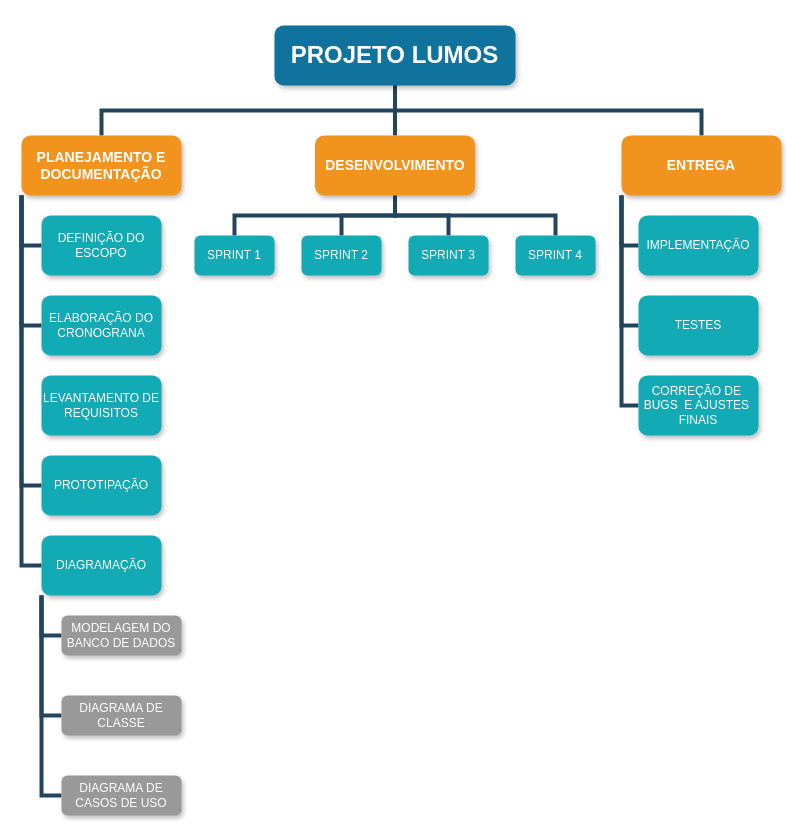
Before: page "EAP" (1 of 6) of _documentação/diagramas.drawio in DHDC-21/Project-Lumos, a draw.io diagram. Source tidied: cells renumbered, new cells numbered last; positions are measured from the earlier drawing's top-left corner, leaving out a move shared by most shapes. Both pictures are drawn from the tidied source at 100%, with x=0, y=0 at pixel (21, 25).
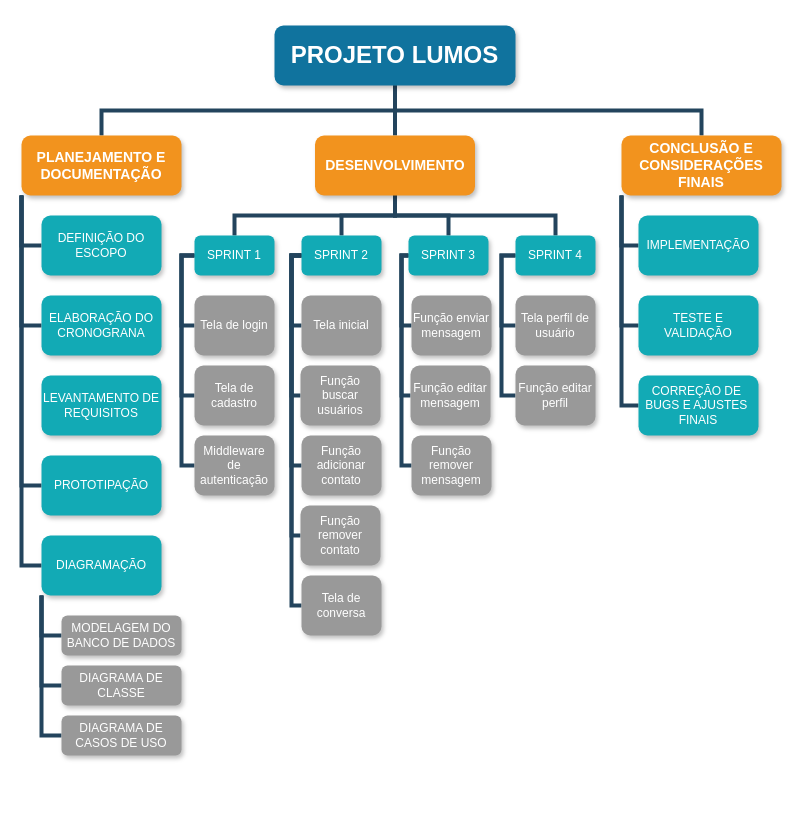
The same page after the edit.

The change refers to these unchanged cells:
```xml
<mxCell id="28" value="SPRINT 1" style="rounded=1;whiteSpace=wrap;html=1;fillColor=#12AAB5;strokeColor=none;fontColor=#FFFFFF;shadow=1;" parent="1" vertex="1">
  <mxGeometry x="173" y="210" width="80" height="40" as="geometry" />
</mxCell>
<mxCell id="29" value="SPRINT 2" style="rounded=1;whiteSpace=wrap;html=1;fillColor=#12AAB5;strokeColor=none;fontColor=#FFFFFF;shadow=1;" parent="1" vertex="1">
  <mxGeometry x="280" y="210" width="80" height="40" as="geometry" />
</mxCell>
<mxCell id="30" value="SPRINT 3" style="rounded=1;whiteSpace=wrap;html=1;fillColor=#12AAB5;strokeColor=none;fontColor=#FFFFFF;shadow=1;" parent="1" vertex="1">
  <mxGeometry x="387" y="210" width="80" height="40" as="geometry" />
</mxCell>
<mxCell id="31" value="SPRINT 4" style="rounded=1;whiteSpace=wrap;html=1;fillColor=#12AAB5;strokeColor=none;fontColor=#FFFFFF;shadow=1;" parent="1" vertex="1">
  <mxGeometry x="494" y="210" width="80" height="40" as="geometry" />
</mxCell>
```

Diff of the diagram source:
```diff
@@
-    <mxCell id="19" value="ENTREGA" style="whiteSpace=wrap;html=1;fontSize=14;fillColor=#F2931E;strokeColor=none;fontColor=#FFFFFF;rounded=1;shadow=1;fontStyle=1;" parent="1" vertex="1">
+    <mxCell id="19" value="CONCLUSÃO E CONSIDERAÇÕES FINAIS" style="whiteSpace=wrap;html=1;fontSize=14;fillColor=#F2931E;strokeColor=none;fontColor=#FFFFFF;rounded=1;shadow=1;fontStyle=1;" parent="1" vertex="1">
       <mxGeometry x="600" y="110" width="160" height="60" as="geometry" />
     </mxCell>
@@
+    <mxCell id="38" style="edgeStyle=elbowEdgeStyle;html=1;exitX=0;exitY=0.5;exitDx=0;exitDy=0;entryX=0;entryY=0.5;entryDx=0;entryDy=0;elbow=vertical;endArrow=none;rounded=0;strokeColor=#23445D;fontColor=#000000;endFill=0;strokeWidth=4;" parent="1" edge="1" source="28" target="51">
+      <mxGeometry relative="1" as="geometry">
+        <Array as="points">
+          <mxPoint x="160" y="260" />
+        </Array>
+      </mxGeometry>
+    </mxCell>
+    <mxCell id="39" style="edgeStyle=elbowEdgeStyle;elbow=vertical;html=1;exitX=0;exitY=0.5;exitDx=0;exitDy=0;entryX=0;entryY=0.5;entryDx=0;entryDy=0;endArrow=none;rounded=0;strokeColor=#23445D;fontColor=#000000;endFill=0;strokeWidth=4;" parent="1" edge="1" source="28" target="55">
+      <mxGeometry relative="1" as="geometry">
+        <Array as="points">
+          <mxPoint x="160" y="260" />
+        </Array>
+      </mxGeometry>
+    </mxCell>
+    <mxCell id="40" style="edgeStyle=elbowEdgeStyle;elbow=vertical;html=1;exitX=0;exitY=0.5;exitDx=0;exitDy=0;entryX=0;entryY=0.5;entryDx=0;entryDy=0;endArrow=none;rounded=0;strokeColor=#23445D;fontColor=#000000;endFill=0;strokeWidth=4;" parent="1" edge="1" source="28" target="56">
+      <mxGeometry relative="1" as="geometry">
+        <Array as="points">
+          <mxPoint x="160" y="250" />
+          <mxPoint x="170" y="250" />
+          <mxPoint x="160" y="260" />
+        </Array>
+      </mxGeometry>
+    </mxCell>
@@
+    <mxCell id="41" style="edgeStyle=elbowEdgeStyle;elbow=vertical;html=1;exitX=0;exitY=0.5;exitDx=0;exitDy=0;entryX=0;entryY=0.5;entryDx=0;entryDy=0;endArrow=none;rounded=0;strokeColor=#23445D;fontColor=#000000;endFill=0;strokeWidth=4;" parent="1" edge="1" source="29" target="52">
+      <mxGeometry relative="1" as="geometry">
+        <Array as="points">
+          <mxPoint x="270" y="250" />
+          <mxPoint x="260" y="250" />
+          <mxPoint x="270" y="250" />
+        </Array>
+      </mxGeometry>
+    </mxCell>
+    <mxCell id="42" style="edgeStyle=elbowEdgeStyle;elbow=vertical;html=1;exitX=0;exitY=0.5;exitDx=0;exitDy=0;entryX=0;entryY=0.5;entryDx=0;entryDy=0;endArrow=none;rounded=0;strokeColor=#23445D;fontColor=#000000;endFill=0;strokeWidth=4;" parent="1" edge="1" source="29" target="57">
+      <mxGeometry relative="1" as="geometry">
+        <Array as="points">
+          <mxPoint x="270" y="260" />
+        </Array>
+      </mxGeometry>
+    </mxCell>
+    <mxCell id="43" style="edgeStyle=elbowEdgeStyle;elbow=vertical;html=1;exitX=0;exitY=0.5;exitDx=0;exitDy=0;entryX=0;entryY=0.5;entryDx=0;entryDy=0;endArrow=none;rounded=0;strokeColor=#23445D;fontColor=#000000;endFill=0;strokeWidth=4;" parent="1" edge="1" source="29" target="58">
+      <mxGeometry relative="1" as="geometry">
+        <Array as="points">
+          <mxPoint x="270" y="270" />
+        </Array>
+      </mxGeometry>
+    </mxCell>
+    <mxCell id="44" style="edgeStyle=elbowEdgeStyle;elbow=vertical;html=1;exitX=0;exitY=0.5;exitDx=0;exitDy=0;entryX=0;entryY=0.5;entryDx=0;entryDy=0;endArrow=none;rounded=0;strokeColor=#23445D;fontColor=#000000;endFill=0;strokeWidth=4;" parent="1" edge="1" source="29" target="59">
+      <mxGeometry relative="1" as="geometry">
+        <Array as="points">
+          <mxPoint x="270" y="260" />
+        </Array>
+      </mxGeometry>
+    </mxCell>
+    <mxCell id="45" style="edgeStyle=elbowEdgeStyle;elbow=vertical;html=1;exitX=0;exitY=0.5;exitDx=0;exitDy=0;entryX=0;entryY=0.5;entryDx=0;entryDy=0;endArrow=none;rounded=0;strokeColor=#23445D;fontColor=#000000;endFill=0;strokeWidth=4;" parent="1" edge="1" source="29" target="60">
+      <mxGeometry relative="1" as="geometry">
+        <Array as="points">
+          <mxPoint x="270" y="260" />
+        </Array>
+      </mxGeometry>
+    </mxCell>
@@
+    <mxCell id="46" style="edgeStyle=elbowEdgeStyle;elbow=vertical;html=1;exitX=0;exitY=0.5;exitDx=0;exitDy=0;entryX=0;entryY=0.5;entryDx=0;entryDy=0;endArrow=none;rounded=0;strokeColor=#23445D;fontColor=#000000;endFill=0;strokeWidth=4;" parent="1" edge="1" source="30" target="53">
+      <mxGeometry relative="1" as="geometry">
+        <Array as="points">
+          <mxPoint x="380" y="290" />
+          <mxPoint x="370" y="260" />
+        </Array>
+      </mxGeometry>
+    </mxCell>
+    <mxCell id="47" style="edgeStyle=elbowEdgeStyle;elbow=vertical;html=1;exitX=0;exitY=0.5;exitDx=0;exitDy=0;entryX=0;entryY=0.5;entryDx=0;entryDy=0;endArrow=none;rounded=0;strokeColor=#23445D;fontColor=#000000;endFill=0;strokeWidth=4;" parent="1" edge="1" source="30" target="61">
+      <mxGeometry relative="1" as="geometry">
+        <Array as="points">
+          <mxPoint x="380" y="350" />
+          <mxPoint x="370" y="280" />
+        </Array>
+      </mxGeometry>
+    </mxCell>
+    <mxCell id="48" style="edgeStyle=elbowEdgeStyle;elbow=vertical;html=1;exitX=0;exitY=0.5;exitDx=0;exitDy=0;entryX=0;entryY=0.5;entryDx=0;entryDy=0;endArrow=none;rounded=0;strokeColor=#23445D;fontColor=#000000;endFill=0;strokeWidth=4;" parent="1" edge="1" source="30" target="62">
+      <mxGeometry relative="1" as="geometry">
+        <Array as="points">
+          <mxPoint x="380" y="410" />
+          <mxPoint x="370" y="270" />
+        </Array>
+      </mxGeometry>
+    </mxCell>
@@
+    <mxCell id="49" style="edgeStyle=elbowEdgeStyle;elbow=vertical;html=1;exitX=0;exitY=0.5;exitDx=0;exitDy=0;entryX=0;entryY=0.5;entryDx=0;entryDy=0;endArrow=none;rounded=0;strokeColor=#23445D;fontColor=#000000;endFill=0;strokeWidth=4;" parent="1" edge="1" source="31" target="54">
+      <mxGeometry relative="1" as="geometry">
+        <Array as="points">
+          <mxPoint x="480" y="250" />
+        </Array>
+      </mxGeometry>
+    </mxCell>
+    <mxCell id="50" style="edgeStyle=elbowEdgeStyle;elbow=vertical;html=1;exitX=0;exitY=0.5;exitDx=0;exitDy=0;entryX=0;entryY=0.5;entryDx=0;entryDy=0;endArrow=none;rounded=0;strokeColor=#23445D;fontColor=#000000;endFill=0;strokeWidth=4;" parent="1" edge="1" source="31" target="63">
+      <mxGeometry relative="1" as="geometry">
+        <Array as="points">
+          <mxPoint x="480" y="260" />
+        </Array>
+      </mxGeometry>
+    </mxCell>
@@
-    <mxCell id="33" value="TESTES" style="rounded=1;whiteSpace=wrap;html=1;fillColor=#12AAB5;strokeColor=none;fontColor=#FFFFFF;shadow=1;" parent="1" vertex="1">
+    <mxCell id="33" value="TESTE E VALIDAÇÃO" style="rounded=1;whiteSpace=wrap;html=1;fillColor=#12AAB5;strokeColor=none;fontColor=#FFFFFF;shadow=1;" parent="1" vertex="1">
       <mxGeometry x="617" y="270" width="120" height="60" as="geometry" />
     </mxCell>
-    <mxCell id="34" value="CORREÇÃO DE&amp;nbsp; BUGS&amp;nbsp; E AJUSTES&amp;nbsp; FINAIS" style="rounded=1;whiteSpace=wrap;html=1;fillColor=#12AAB5;strokeColor=none;fontColor=#FFFFFF;shadow=1;" parent="1" vertex="1">
+    <mxCell id="34" value="CORREÇÃO DE&amp;nbsp; BUGS E AJUSTES&amp;nbsp; FINAIS" style="rounded=1;whiteSpace=wrap;html=1;fillColor=#12AAB5;strokeColor=none;fontColor=#FFFFFF;shadow=1;" parent="1" vertex="1">
       <mxGeometry x="617" y="350" width="120" height="60" as="geometry" />
     </mxCell>
@@
     <mxCell id="36" value="DIAGRAMA DE CLASSE" style="whiteSpace=wrap;rounded=1;fillColor=#999999;strokeColor=none;shadow=1;fontColor=#FFFFFF;fontStyle=0;" parent="1" vertex="1">
-      <mxGeometry x="40" y="670" width="120" height="40" as="geometry" />
+      <mxGeometry x="40" y="640" width="120" height="40" as="geometry" />
     </mxCell>
     <mxCell id="37" value="DIAGRAMA DE CASOS DE USO" style="whiteSpace=wrap;rounded=1;fillColor=#999999;strokeColor=none;shadow=1;fontColor=#FFFFFF;fontStyle=0;" parent="1" vertex="1">
-      <mxGeometry x="40" y="750" width="120" height="40" as="geometry" />
+      <mxGeometry x="40" y="690" width="120" height="40" as="geometry" />
     </mxCell>
+    <mxCell id="51" value="Tela de login" style="rounded=1;whiteSpace=wrap;html=1;fillColor=#999999;strokeColor=none;fontColor=#FFFFFF;shadow=1;fontStyle=0;" parent="1" vertex="1">
+      <mxGeometry x="173" y="270" width="80" height="60" as="geometry" />
+    </mxCell>
+    <mxCell id="52" value="Tela inicial" style="rounded=1;whiteSpace=wrap;html=1;fillColor=#999999;strokeColor=none;fontColor=#FFFFFF;shadow=1;fontStyle=0;" parent="1" vertex="1">
+      <mxGeometry x="280" y="270" width="80" height="60" as="geometry" />
+    </mxCell>
+    <mxCell id="53" value="Função enviar mensagem" style="rounded=1;whiteSpace=wrap;html=1;fillColor=#999999;strokeColor=none;fontColor=#FFFFFF;shadow=1;fontStyle=0;" parent="1" vertex="1">
+      <mxGeometry x="390" y="270" width="80" height="60" as="geometry" />
+    </mxCell>
+    <mxCell id="54" value="Tela perfil de usuário" style="rounded=1;whiteSpace=wrap;html=1;fillColor=#999999;strokeColor=none;fontColor=#FFFFFF;shadow=1;fontStyle=0;" parent="1" vertex="1">
+      <mxGeometry x="494" y="270" width="80" height="60" as="geometry" />
+    </mxCell>
+    <mxCell id="55" value="Tela de cadastro" style="rounded=1;whiteSpace=wrap;html=1;fillColor=#999999;strokeColor=none;fontColor=#FFFFFF;shadow=1;fontStyle=0;" parent="1" vertex="1">
+      <mxGeometry x="173" y="340" width="80" height="60" as="geometry" />
+    </mxCell>
+    <mxCell id="56" value="Middleware de autenticação" style="rounded=1;whiteSpace=wrap;html=1;fillColor=#999999;strokeColor=none;fontColor=#FFFFFF;shadow=1;fontStyle=0;" parent="1" vertex="1">
+      <mxGeometry x="173" y="410" width="80" height="60" as="geometry" />
+    </mxCell>
+    <mxCell id="57" value="Função buscar usuários" style="rounded=1;whiteSpace=wrap;html=1;fillColor=#999999;strokeColor=none;fontColor=#FFFFFF;shadow=1;fontStyle=0;" parent="1" vertex="1">
+      <mxGeometry x="279" y="340" width="80" height="60" as="geometry" />
+    </mxCell>
+    <mxCell id="58" value="Função adicionar contato" style="rounded=1;whiteSpace=wrap;html=1;fillColor=#999999;strokeColor=none;fontColor=#FFFFFF;shadow=1;fontStyle=0;" parent="1" vertex="1">
+      <mxGeometry x="280" y="410" width="80" height="60" as="geometry" />
+    </mxCell>
+    <mxCell id="59" value="Função remover contato" style="rounded=1;whiteSpace=wrap;html=1;fillColor=#999999;strokeColor=none;fontColor=#FFFFFF;shadow=1;fontStyle=0;" parent="1" vertex="1">
+      <mxGeometry x="279" y="480" width="80" height="60" as="geometry" />
+    </mxCell>
+    <mxCell id="60" value="Tela de conversa" style="rounded=1;whiteSpace=wrap;html=1;fillColor=#999999;strokeColor=none;fontColor=#FFFFFF;shadow=1;fontStyle=0;" parent="1" vertex="1">
+      <mxGeometry x="280" y="550" width="80" height="60" as="geometry" />
+    </mxCell>
+    <mxCell id="61" value="Função editar mensagem" style="rounded=1;whiteSpace=wrap;html=1;fillColor=#999999;strokeColor=none;fontColor=#FFFFFF;shadow=1;fontStyle=0;" parent="1" vertex="1">
+      <mxGeometry x="389" y="340" width="80" height="60" as="geometry" />
+    </mxCell>
+    <mxCell id="62" value="Função remover mensagem" style="rounded=1;whiteSpace=wrap;html=1;fillColor=#999999;strokeColor=none;fontColor=#FFFFFF;shadow=1;fontStyle=0;" parent="1" vertex="1">
+      <mxGeometry x="390" y="410" width="80" height="60" as="geometry" />
+    </mxCell>
+    <mxCell id="63" value="Função editar perfil" style="rounded=1;whiteSpace=wrap;html=1;fillColor=#999999;strokeColor=none;fontColor=#FFFFFF;shadow=1;fontStyle=0;" parent="1" vertex="1">
+      <mxGeometry x="494" y="340" width="80" height="60" as="geometry" />
+    </mxCell>
```
